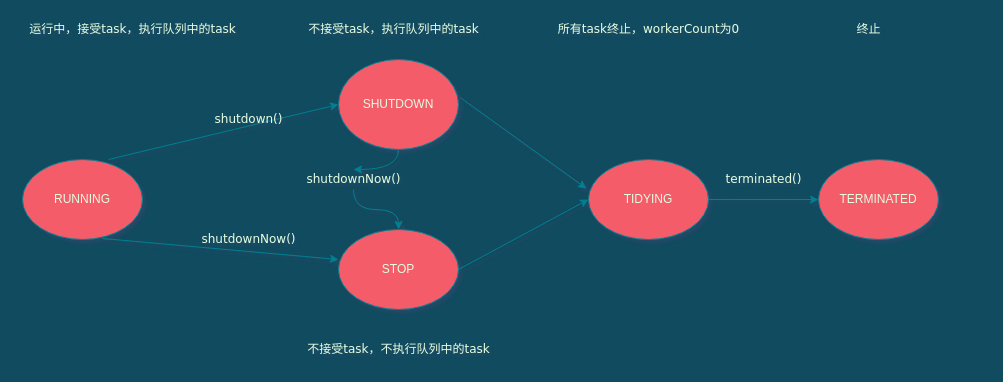
Before: 线程池状态机图.drawio in sKyanfIre/uml, a draw.io diagram. Source tidied: cells renumbered, new cells numbered last; positions are measured from the earlier drawing's top-left corner, leaving out a move shared by most shapes. Both pictures are drawn from the tidied source at 100%, with x=0, y=0 at pixel (22, 19).
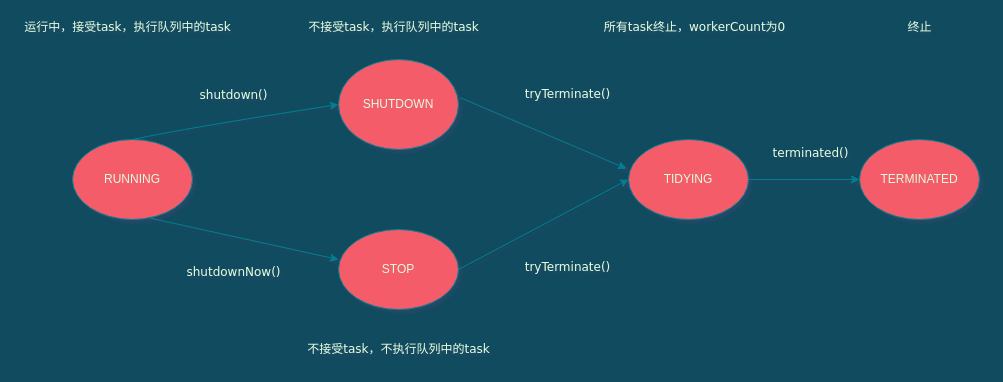
The same page after the edit.

Commit message:
Update 线程池状态机图.drawio

Unchanged cells that the change refers to:
```xml
<mxCell id="4" value="SHUTDOWN" style="ellipse;whiteSpace=wrap;html=1;fillColor=#F45B69;strokeColor=#028090;fontColor=#E4FDE1;" parent="1" vertex="1">
  <mxGeometry x="316" y="40" width="120" height="90" as="geometry" />
</mxCell>
<mxCell id="5" value="STOP" style="ellipse;whiteSpace=wrap;html=1;fillColor=#F45B69;strokeColor=#028090;fontColor=#E4FDE1;" parent="1" vertex="1">
  <mxGeometry x="316" y="210" width="120" height="80" as="geometry" />
</mxCell>
```

What changed in the source:
```diff
@@
     <mxCell id="2" value="RUNNING" style="ellipse;whiteSpace=wrap;html=1;fillColor=#F45B69;strokeColor=#028090;fontColor=#E4FDE1;" parent="1" vertex="1">
-      <mxGeometry y="140" width="120" height="80" as="geometry" />
+      <mxGeometry x="50" y="120" width="120" height="80" as="geometry" />
     </mxCell>
-    <mxCell id="3" style="edgeStyle=orthogonalEdgeStyle;jettySize=auto;html=1;entryX=0.5;entryY=0;entryDx=0;entryDy=0;fontFamily=Verdana;strokeColor=#028090;curved=1;fontColor=#E4FDE1;labelBackgroundColor=#114B5F;" parent="1" edge="1" source="15" target="5">
-      <mxGeometry relative="1" as="geometry" />
-    </mxCell>
@@
     <mxCell id="7" value="TIDYING" style="ellipse;whiteSpace=wrap;html=1;fillColor=#F45B69;strokeColor=#028090;fontColor=#E4FDE1;" parent="1" vertex="1">
-      <mxGeometry x="566" y="140" width="120" height="80" as="geometry" />
+      <mxGeometry x="606" y="120" width="120" height="80" as="geometry" />
     </mxCell>
     <mxCell id="8" value="TERMINATED" style="ellipse;whiteSpace=wrap;html=1;fillColor=#F45B69;strokeColor=#028090;fontColor=#E4FDE1;" parent="1" vertex="1">
-      <mxGeometry x="796" y="140" width="120" height="80" as="geometry" />
+      <mxGeometry x="837" y="120" width="120" height="80" as="geometry" />
     </mxCell>
-    <mxCell id="9" style="endArrow=classic;html=1;entryX=0;entryY=0.5;entryDx=0;entryDy=0;exitX=0.5;exitY=0;exitDx=0;exitDy=0;fontFamily=Verdana;strokeColor=#028090;curved=1;fontColor=#E4FDE1;labelBackgroundColor=#114B5F;" parent="1" edge="1" target="4">
+    <mxCell id="9" style="endArrow=classic;html=1;entryX=0;entryY=0.5;entryDx=0;entryDy=0;exitX=0.5;exitY=0;exitDx=0;exitDy=0;fontFamily=Verdana;strokeColor=#028090;curved=1;fontColor=#E4FDE1;labelBackgroundColor=#114B5F;" parent="1" edge="1" source="2" target="4">
       <mxGeometry relative="1" as="geometry">
-        <mxPoint x="86" y="140" as="sourcePoint" />
+        <Array as="points">
+          <mxPoint x="161" y="109" />
+        </Array>
       </mxGeometry>
     </mxCell>
-    <mxCell id="10" style="endArrow=classic;html=1;entryX=0;entryY=0.375;entryDx=0;entryDy=0;entryPerimeter=0;exitX=0.45;exitY=0.988;exitDx=0;exitDy=0;exitPerimeter=0;strokeColor=#028090;curved=1;fontColor=#E4FDE1;labelBackgroundColor=#114B5F;" parent="1" edge="1" target="5">
-      <mxGeometry relative="1" as="geometry">
-        <mxPoint x="80" y="219" as="sourcePoint" />
-      </mxGeometry>
+    <mxCell id="10" style="endArrow=classic;html=1;entryX=0;entryY=0.375;entryDx=0;entryDy=0;entryPerimeter=0;exitX=0.625;exitY=0.975;exitDx=0;exitDy=0;exitPerimeter=0;strokeColor=#028090;curved=1;fontColor=#E4FDE1;labelBackgroundColor=#114B5F;" parent="1" edge="1" source="2" target="5">
+      <mxGeometry relative="1" as="geometry" />
     </mxCell>
@@
     <mxCell id="13" value="shutdown()" style="text;html=1;align=center;verticalAlign=middle;fillColor=none;strokeColor=none;fontFamily=Verdana;fontColor=#E4FDE1;" parent="1" vertex="1">
-      <mxGeometry x="186" y="90" width="80" height="20" as="geometry" />
+      <mxGeometry x="171" y="66" width="80" height="20" as="geometry" />
     </mxCell>
     <mxCell id="14" value="shutdownNow()" style="text;html=1;align=center;verticalAlign=middle;fillColor=none;strokeColor=none;fontFamily=Verdana;fontColor=#E4FDE1;" parent="1" vertex="1">
-      <mxGeometry x="171" y="210" width="110" height="20" as="geometry" />
+      <mxGeometry x="156" y="243" width="110" height="20" as="geometry" />
     </mxCell>
-    <mxCell id="15" value="shutdownNow()" style="text;html=1;align=center;verticalAlign=middle;points=[];fillColor=none;strokeColor=none;fontFamily=Verdana;fontColor=#E4FDE1;" parent="1" vertex="1">
-      <mxGeometry x="276" y="150" width="110" height="20" as="geometry" />
-    </mxCell>
-    <mxCell id="16" style="edgeStyle=orthogonalEdgeStyle;jettySize=auto;html=1;entryX=0.5;entryY=0;entryDx=0;entryDy=0;fontFamily=Verdana;strokeColor=#028090;curved=1;fontColor=#E4FDE1;labelBackgroundColor=#114B5F;" parent="1" edge="1" source="4" target="15">
-      <mxGeometry relative="1" as="geometry" />
-    </mxCell>
     <mxCell id="17" value="terminated()" style="text;html=1;align=center;verticalAlign=middle;fillColor=none;strokeColor=none;fontFamily=Verdana;fontColor=#E4FDE1;" parent="1" vertex="1">
-      <mxGeometry x="696" y="150" width="90" height="20" as="geometry" />
+      <mxGeometry x="743" y="124" width="90" height="20" as="geometry" />
     </mxCell>
     <mxCell id="18" value="不接受task，执行队列中的task" style="text;html=1;align=center;verticalAlign=middle;fillColor=none;strokeColor=none;fontFamily=Verdana;fontColor=#E4FDE1;" parent="1" vertex="1">
-      <mxGeometry x="276" width="190" height="20" as="geometry" />
+      <mxGeometry x="276" y="-2" width="190" height="20" as="geometry" />
     </mxCell>
@@
     <mxCell id="20" value="所有task终止，workerCount为0" style="text;html=1;align=center;verticalAlign=middle;fillColor=none;strokeColor=none;fontFamily=Verdana;fontColor=#E4FDE1;" parent="1" vertex="1">
-      <mxGeometry x="526" width="200" height="20" as="geometry" />
+      <mxGeometry x="572" y="-2" width="200" height="20" as="geometry" />
     </mxCell>
     <mxCell id="21" value="终止" style="text;html=1;align=center;verticalAlign=middle;fillColor=none;strokeColor=none;fontFamily=Verdana;fontColor=#E4FDE1;" parent="1" vertex="1">
-      <mxGeometry x="826" width="40" height="20" as="geometry" />
+      <mxGeometry x="877" y="-2" width="40" height="20" as="geometry" />
     </mxCell>
     <mxCell id="22" value="运行中，接受task，执行队列中的task" style="text;html=1;align=center;verticalAlign=middle;fillColor=none;strokeColor=none;fontFamily=Verdana;fontColor=#E4FDE1;" parent="1" vertex="1">
-      <mxGeometry width="220" height="20" as="geometry" />
+      <mxGeometry x="-5" y="-2" width="220" height="20" as="geometry" />
     </mxCell>
+    <mxCell id="23" value="tryTerminate()" style="text;html=1;align=center;verticalAlign=middle;fillColor=none;strokeColor=none;fontFamily=Verdana;fontColor=#E4FDE1;" parent="1" vertex="1">
+      <mxGeometry x="495" y="66" width="99" height="18" as="geometry" />
+    </mxCell>
+    <mxCell id="24" value="tryTerminate()" style="text;html=1;align=center;verticalAlign=middle;fillColor=none;strokeColor=none;fontFamily=Verdana;fontColor=#E4FDE1;" parent="1" vertex="1">
+      <mxGeometry x="495" y="239" width="99" height="18" as="geometry" />
+    </mxCell>
```
